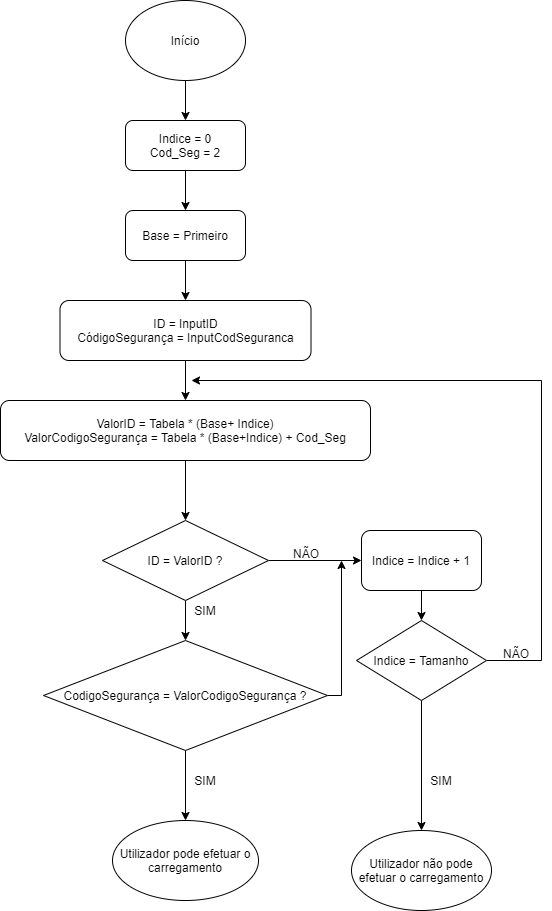
This is flux_verificacao_utilizador.png from ProgRub/Proj2AC, a draw.io export, as it was before one commit. Source tidied: cells renumbered, new cells last; positions are measured from the earlier drawing's top-left corner, leaving out a move shared by most shapes.
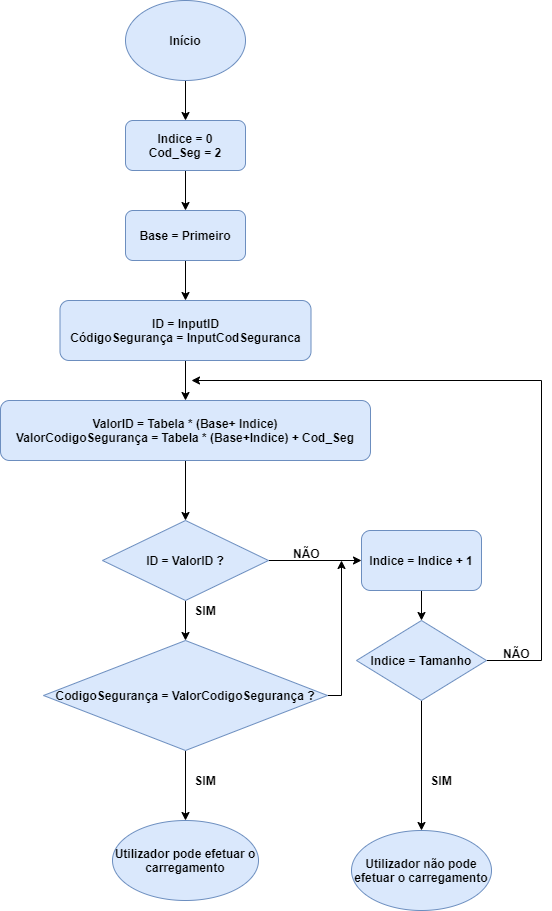
The same diagram one commit later.

The edit, as a diff of the source:
```diff
@@ -5,31 +5,31 @@
     <mxCell id="2" style="edgeStyle=orthogonalEdgeStyle;rounded=0;jettySize=auto;html=1;entryX=0.5;entryY=0;entryDx=0;entryDy=0;" parent="1" edge="1" source="3" target="5">
       <mxGeometry relative="1" as="geometry" />
     </mxCell>
-    <mxCell id="3" value="Início" style="ellipse;whiteSpace=wrap;html=1;" parent="1" vertex="1">
+    <mxCell id="3" value="Início" style="ellipse;whiteSpace=wrap;html=1;fontStyle=1;fillColor=#dae8fc;strokeColor=#6c8ebf;" parent="1" vertex="1">
       <mxGeometry x="125" width="120" height="80" as="geometry" />
     </mxCell>
     <mxCell id="4" style="edgeStyle=orthogonalEdgeStyle;rounded=0;jettySize=auto;html=1;entryX=0.5;entryY=0;entryDx=0;entryDy=0;" parent="1" edge="1" source="5" target="7">
       <mxGeometry relative="1" as="geometry" />
     </mxCell>
-    <mxCell id="5" value="Indice = 0&lt;br&gt;Cod_Seg = 2" style="rounded=1;whiteSpace=wrap;html=1;" parent="1" vertex="1">
+    <mxCell id="5" value="Indice = 0&lt;br&gt;Cod_Seg = 2" style="rounded=1;whiteSpace=wrap;html=1;fontStyle=1;fillColor=#dae8fc;strokeColor=#6c8ebf;" parent="1" vertex="1">
       <mxGeometry x="125" y="120" width="120" height="50" as="geometry" />
     </mxCell>
     <mxCell id="6" style="edgeStyle=orthogonalEdgeStyle;rounded=0;jettySize=auto;html=1;entryX=0.5;entryY=0;entryDx=0;entryDy=0;" parent="1" edge="1" source="7" target="9">
       <mxGeometry relative="1" as="geometry" />
     </mxCell>
-    <mxCell id="7" value="Base = Primeiro" style="rounded=1;whiteSpace=wrap;html=1;" parent="1" vertex="1">
+    <mxCell id="7" value="Base = Primeiro" style="rounded=1;whiteSpace=wrap;html=1;fontStyle=1;fillColor=#dae8fc;strokeColor=#6c8ebf;" parent="1" vertex="1">
       <mxGeometry x="125" y="210" width="120" height="50" as="geometry" />
     </mxCell>
     <mxCell id="8" style="edgeStyle=orthogonalEdgeStyle;rounded=0;jettySize=auto;html=1;entryX=0.5;entryY=0;entryDx=0;entryDy=0;" parent="1" edge="1" source="9" target="11">
       <mxGeometry relative="1" as="geometry" />
     </mxCell>
-    <mxCell id="9" value="ID = InputID&lt;br&gt;CódigoSegurança = InputCodSeguranca" style="rounded=1;whiteSpace=wrap;html=1;" parent="1" vertex="1">
+    <mxCell id="9" value="ID = InputID&lt;br&gt;CódigoSegurança = InputCodSeguranca" style="rounded=1;whiteSpace=wrap;html=1;fontStyle=1;fillColor=#dae8fc;strokeColor=#6c8ebf;" parent="1" vertex="1">
       <mxGeometry x="59.5" y="300" width="251" height="60" as="geometry" />
     </mxCell>
     <mxCell id="10" style="edgeStyle=orthogonalEdgeStyle;rounded=0;jettySize=auto;html=1;entryX=0.5;entryY=0;entryDx=0;entryDy=0;" parent="1" edge="1" source="11" target="14">
       <mxGeometry relative="1" as="geometry" />
     </mxCell>
-    <mxCell id="11" value="ValorID&amp;nbsp;= Tabela * (Base+ Indice)&lt;br&gt;ValorCodigoSegurança = Tabela * (Base+Indice) + Cod_Seg" style="rounded=1;whiteSpace=wrap;html=1;" parent="1" vertex="1">
+    <mxCell id="11" value="ValorID&amp;nbsp;= Tabela * (Base+ Indice)&lt;br&gt;ValorCodigoSegurança = Tabela * (Base+Indice) + Cod_Seg" style="rounded=1;whiteSpace=wrap;html=1;fontStyle=1;fillColor=#dae8fc;strokeColor=#6c8ebf;" parent="1" vertex="1">
       <mxGeometry y="400" width="370" height="60" as="geometry" />
     </mxCell>
     <mxCell id="12" style="edgeStyle=orthogonalEdgeStyle;rounded=0;jettySize=auto;html=1;entryX=0.5;entryY=0;entryDx=0;entryDy=0;" parent="1" edge="1" source="14" target="17">
@@ -38,7 +38,7 @@
     <mxCell id="13" style="edgeStyle=orthogonalEdgeStyle;rounded=0;jettySize=auto;html=1;entryX=0;entryY=0.5;entryDx=0;entryDy=0;" parent="1" edge="1" source="14" target="22">
       <mxGeometry relative="1" as="geometry" />
     </mxCell>
-    <mxCell id="14" value="ID = ValorID ?" style="rhombus;whiteSpace=wrap;html=1;" parent="1" vertex="1">
+    <mxCell id="14" value="ID = ValorID ?" style="rhombus;whiteSpace=wrap;html=1;fontStyle=1;fillColor=#dae8fc;strokeColor=#6c8ebf;" parent="1" vertex="1">
       <mxGeometry x="102" y="520" width="166" height="80" as="geometry" />
     </mxCell>
     <mxCell id="15" style="edgeStyle=orthogonalEdgeStyle;rounded=0;jettySize=auto;html=1;" parent="1" edge="1" source="17">
@@ -46,7 +46,7 @@
         <mxPoint x="185" y="820" as="targetPoint" />
       </mxGeometry>
     </mxCell>
-    <mxCell id="16" style="edgeStyle=orthogonalEdgeStyle;rounded=0;jettySize=auto;html=1;" parent="1" edge="1" source="17">
+    <mxCell id="16" style="edgeStyle=orthogonalEdgeStyle;rounded=0;jettySize=auto;html=1;fontStyle=1;" parent="1" edge="1" source="17">
       <mxGeometry relative="1" as="geometry">
         <mxPoint x="341" y="560" as="targetPoint" />
         <Array as="points">
@@ -54,25 +54,25 @@
         </Array>
       </mxGeometry>
     </mxCell>
-    <mxCell id="17" value="CodigoSegurança = ValorCodigoSegurança ?" style="rhombus;whiteSpace=wrap;html=1;" parent="1" vertex="1">
+    <mxCell id="17" value="CodigoSegurança = ValorCodigoSegurança ?" style="rhombus;whiteSpace=wrap;html=1;fontStyle=1;fillColor=#dae8fc;strokeColor=#6c8ebf;" parent="1" vertex="1">
       <mxGeometry x="43" y="640" width="284" height="110" as="geometry" />
     </mxCell>
-    <mxCell id="18" value="SIM" style="text;html=1;strokeColor=none;fillColor=none;align=center;verticalAlign=middle;whiteSpace=wrap;rounded=0;" parent="1" vertex="1">
+    <mxCell id="18" value="SIM" style="text;html=1;strokeColor=none;fillColor=none;align=center;verticalAlign=middle;whiteSpace=wrap;rounded=0;fontStyle=1;" parent="1" vertex="1">
       <mxGeometry x="185" y="600" width="40" height="20" as="geometry" />
     </mxCell>
-    <mxCell id="19" value="SIM" style="text;html=1;strokeColor=none;fillColor=none;align=center;verticalAlign=middle;whiteSpace=wrap;rounded=0;" parent="1" vertex="1">
+    <mxCell id="19" value="SIM" style="text;html=1;strokeColor=none;fillColor=none;align=center;verticalAlign=middle;whiteSpace=wrap;rounded=0;fontStyle=1;" parent="1" vertex="1">
       <mxGeometry x="185" y="770" width="40" height="20" as="geometry" />
     </mxCell>
-    <mxCell id="20" value="Utilizador pode efetuar o carregamento" style="ellipse;whiteSpace=wrap;html=1;" parent="1" vertex="1">
+    <mxCell id="20" value="Utilizador pode efetuar o carregamento" style="ellipse;whiteSpace=wrap;html=1;fontStyle=1;fillColor=#dae8fc;strokeColor=#6c8ebf;" parent="1" vertex="1">
       <mxGeometry x="112" y="820" width="146" height="80" as="geometry" />
     </mxCell>
     <mxCell id="21" style="edgeStyle=orthogonalEdgeStyle;rounded=0;jettySize=auto;html=1;entryX=0.5;entryY=0;entryDx=0;entryDy=0;" parent="1" edge="1" source="22" target="26">
       <mxGeometry relative="1" as="geometry" />
     </mxCell>
-    <mxCell id="22" value="Indice = Indice + 1" style="rounded=1;whiteSpace=wrap;html=1;" parent="1" vertex="1">
+    <mxCell id="22" value="Indice = Indice + 1" style="rounded=1;whiteSpace=wrap;html=1;fontStyle=1;fillColor=#dae8fc;strokeColor=#6c8ebf;" parent="1" vertex="1">
       <mxGeometry x="361" y="530" width="120" height="60" as="geometry" />
     </mxCell>
-    <mxCell id="23" value="NÃO" style="text;whiteSpace=wrap;html=1;" parent="1" vertex="1">
+    <mxCell id="23" value="NÃO" style="text;whiteSpace=wrap;html=1;fontStyle=1;" parent="1" vertex="1">
       <mxGeometry x="291" y="540" width="30" height="20" as="geometry" />
     </mxCell>
     <mxCell id="24" style="edgeStyle=orthogonalEdgeStyle;rounded=0;jettySize=auto;html=1;" parent="1" edge="1" source="26">
@@ -89,16 +89,16 @@
         <mxPoint x="421" y="830" as="targetPoint" />
       </mxGeometry>
     </mxCell>
-    <mxCell id="26" value="Indice = Tamanho" style="rhombus;whiteSpace=wrap;html=1;" parent="1" vertex="1">
+    <mxCell id="26" value="Indice = Tamanho" style="rhombus;whiteSpace=wrap;html=1;fontStyle=1;fillColor=#dae8fc;strokeColor=#6c8ebf;" parent="1" vertex="1">
       <mxGeometry x="356" y="620" width="130" height="80" as="geometry" />
     </mxCell>
-    <mxCell id="27" value="NÃO" style="text;whiteSpace=wrap;html=1;" parent="1" vertex="1">
+    <mxCell id="27" value="NÃO" style="text;whiteSpace=wrap;html=1;fontStyle=1;" parent="1" vertex="1">
       <mxGeometry x="501" y="640" width="50" height="70" as="geometry" />
     </mxCell>
-    <mxCell id="28" value="Utilizador não pode efetuar o carregamento" style="ellipse;whiteSpace=wrap;html=1;" parent="1" vertex="1">
+    <mxCell id="28" value="Utilizador não pode efetuar o carregamento" style="ellipse;whiteSpace=wrap;html=1;fontStyle=1;fillColor=#dae8fc;strokeColor=#6c8ebf;" parent="1" vertex="1">
       <mxGeometry x="351" y="830" width="140" height="80" as="geometry" />
     </mxCell>
-    <mxCell id="29" value="SIM" style="text;html=1;strokeColor=none;fillColor=none;align=center;verticalAlign=middle;whiteSpace=wrap;rounded=0;" parent="1" vertex="1">
+    <mxCell id="29" value="SIM" style="text;html=1;strokeColor=none;fillColor=none;align=center;verticalAlign=middle;whiteSpace=wrap;rounded=0;fontStyle=1;" parent="1" vertex="1">
       <mxGeometry x="421" y="770" width="40" height="20" as="geometry" />
     </mxCell>
   </root>
```
